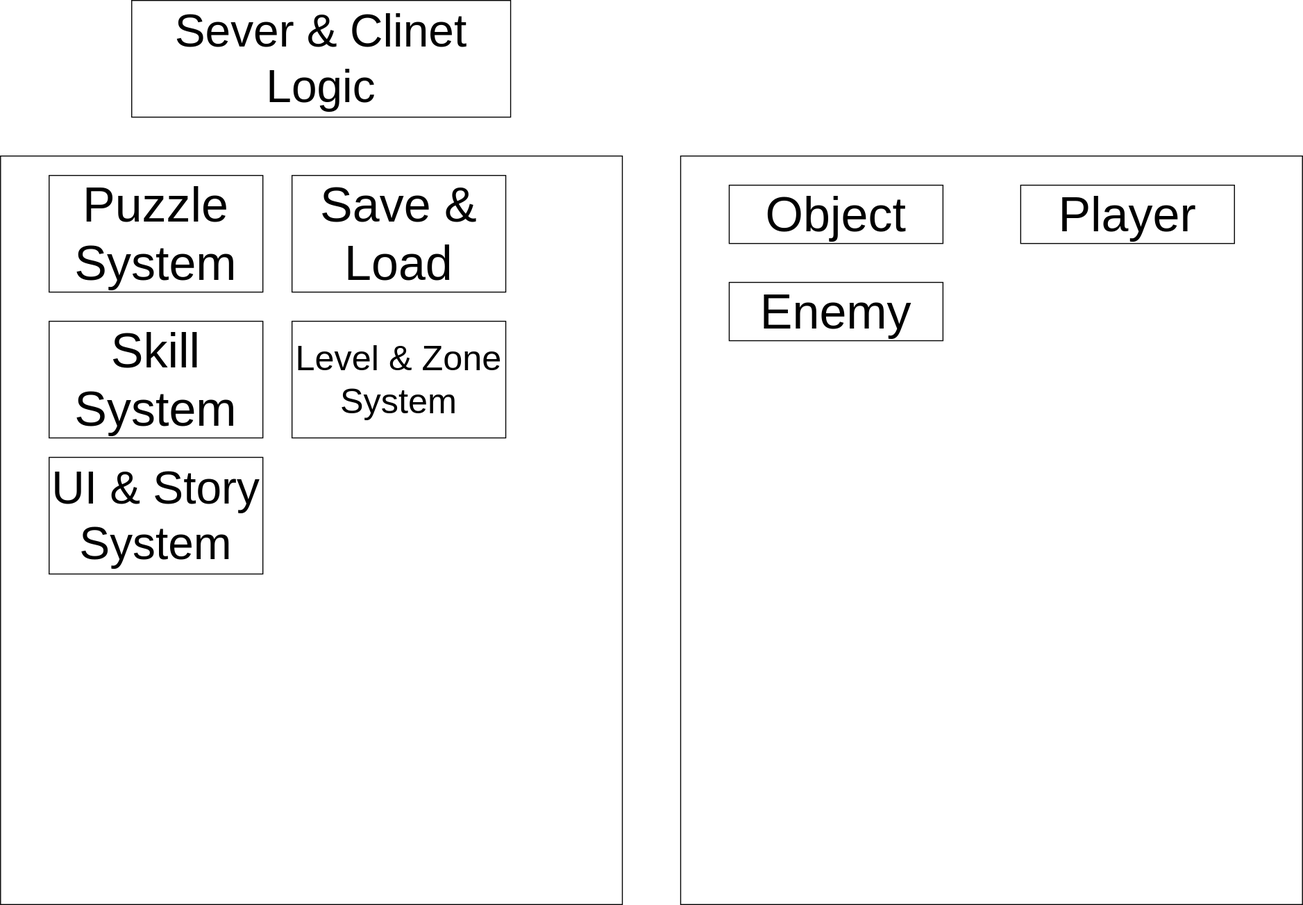
Above: System Diagram.drawio.svg in ihaha424/TP (draw.io), before the change. Source tidied: cells renumbered, new cells last; positions are measured from the earlier drawing's top-left corner, leaving out a move shared by most shapes.
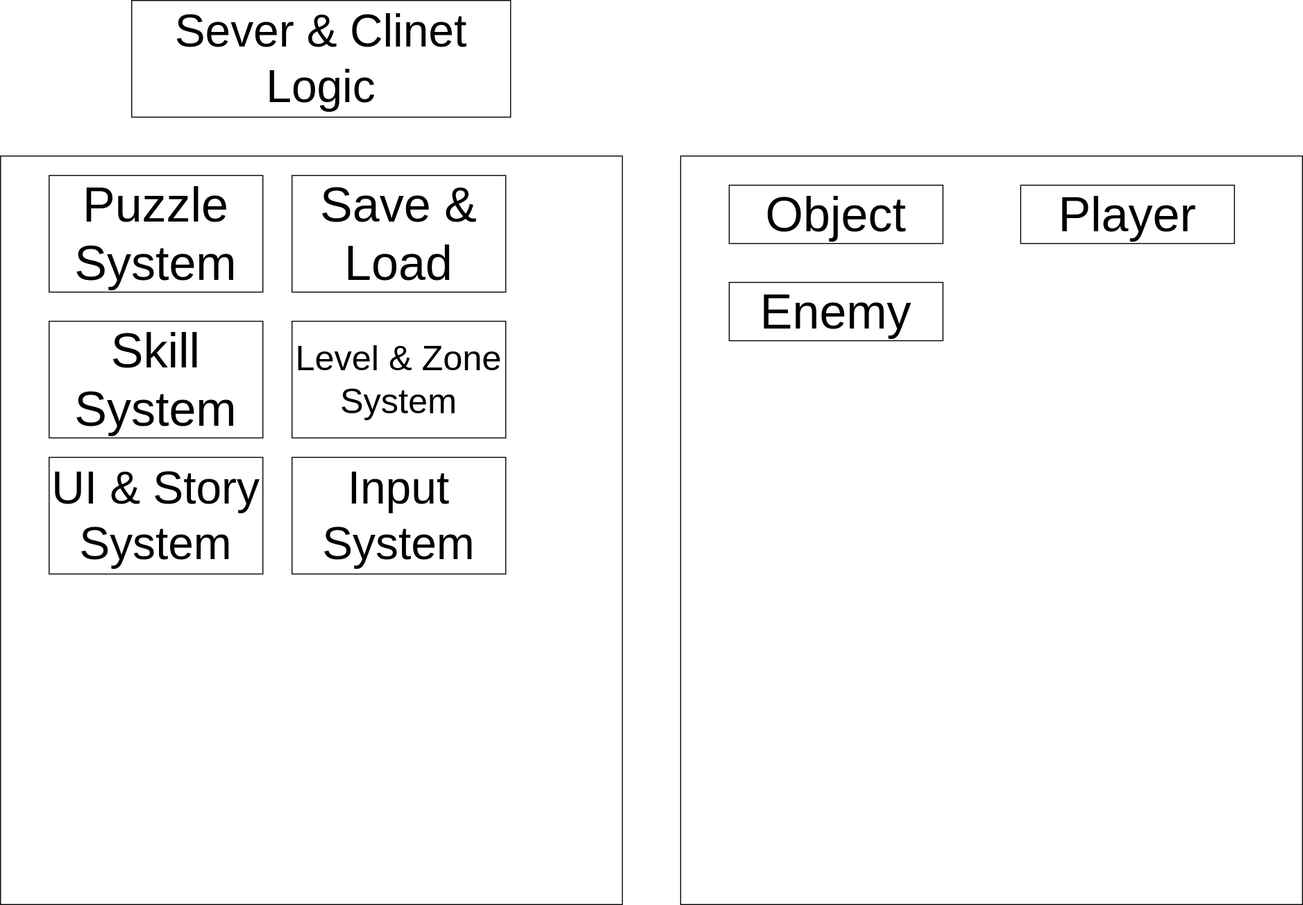
Later version of the same file.

Diff of the diagram source:
```diff
@@ -35,5 +35,8 @@
     <mxCell id="12" value="&lt;span style=&quot;font-size: 47px;&quot;&gt;Sever &amp;amp; Clinet Logic&lt;/span&gt;" style="rounded=0;whiteSpace=wrap;html=1;" parent="1" vertex="1">
       <mxGeometry x="135" width="390" height="120" as="geometry" />
     </mxCell>
+    <mxCell id="13" value="&lt;font style=&quot;font-size: 47px;&quot;&gt;Input System&lt;/font&gt;" style="rounded=0;whiteSpace=wrap;html=1;" parent="1" vertex="1">
+      <mxGeometry x="300" y="470" width="220" height="120" as="geometry" />
+    </mxCell>
   </root>
 </mxGraphModel>
```
